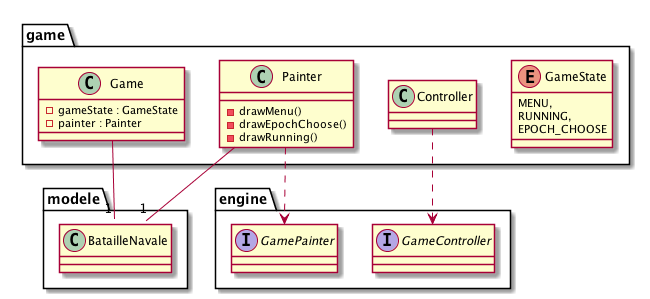
Earlier version of the PlantUML export conception/diag_classe_package_game.png (AntoineCourtil/CAD2018_Laraclette). Source of this version:
```plantuml
@startuml


package game {

    enum GameState {
        MENU,
        RUNNING,
        EPOCH_CHOOSE
    }

    class Game {
        - gameState : GameState
        - painter : Painter
    }
    Game --"1" modele.BatailleNavale

    class Painter {
        - drawMenu()
        - drawEpochChoose()
        - drawRunning()
    }
    Painter ..> engine.GamePainter
    Painter -- "1" modele.BatailleNavale

    class Controller
    Controller ..> engine.GameController

}

package engine {
    interface GameController
    interface GamePainter
}

package modele {
    class BatailleNavale
}

@enduml
```
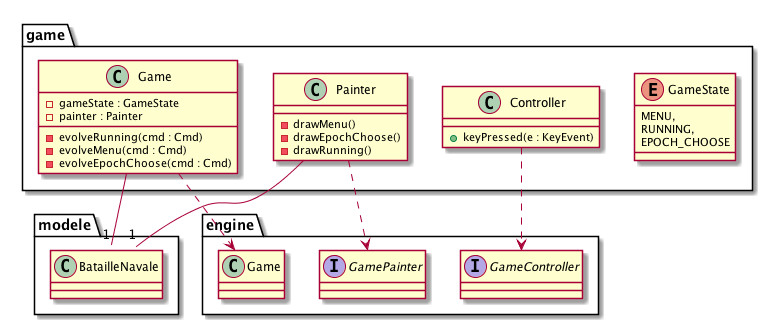
Later version of the same file.

Change to the diagram source:
```diff
@@ -12,8 +12,12 @@
     class Game {
         - gameState : GameState
         - painter : Painter
+        - evolveRunning(cmd : Cmd)
+        - evolveMenu(cmd : Cmd)
+        - evolveEpochChoose(cmd : Cmd)
     }
     Game --"1" modele.BatailleNavale
+    Game ..> engine.Game
 
     class Painter {
         - drawMenu()
@@ -23,7 +27,9 @@
     Painter ..> engine.GamePainter
     Painter -- "1" modele.BatailleNavale
 
-    class Controller
+    class Controller {
+        + keyPressed(e : KeyEvent)
+    }
     Controller ..> engine.GameController
 
 }
```
